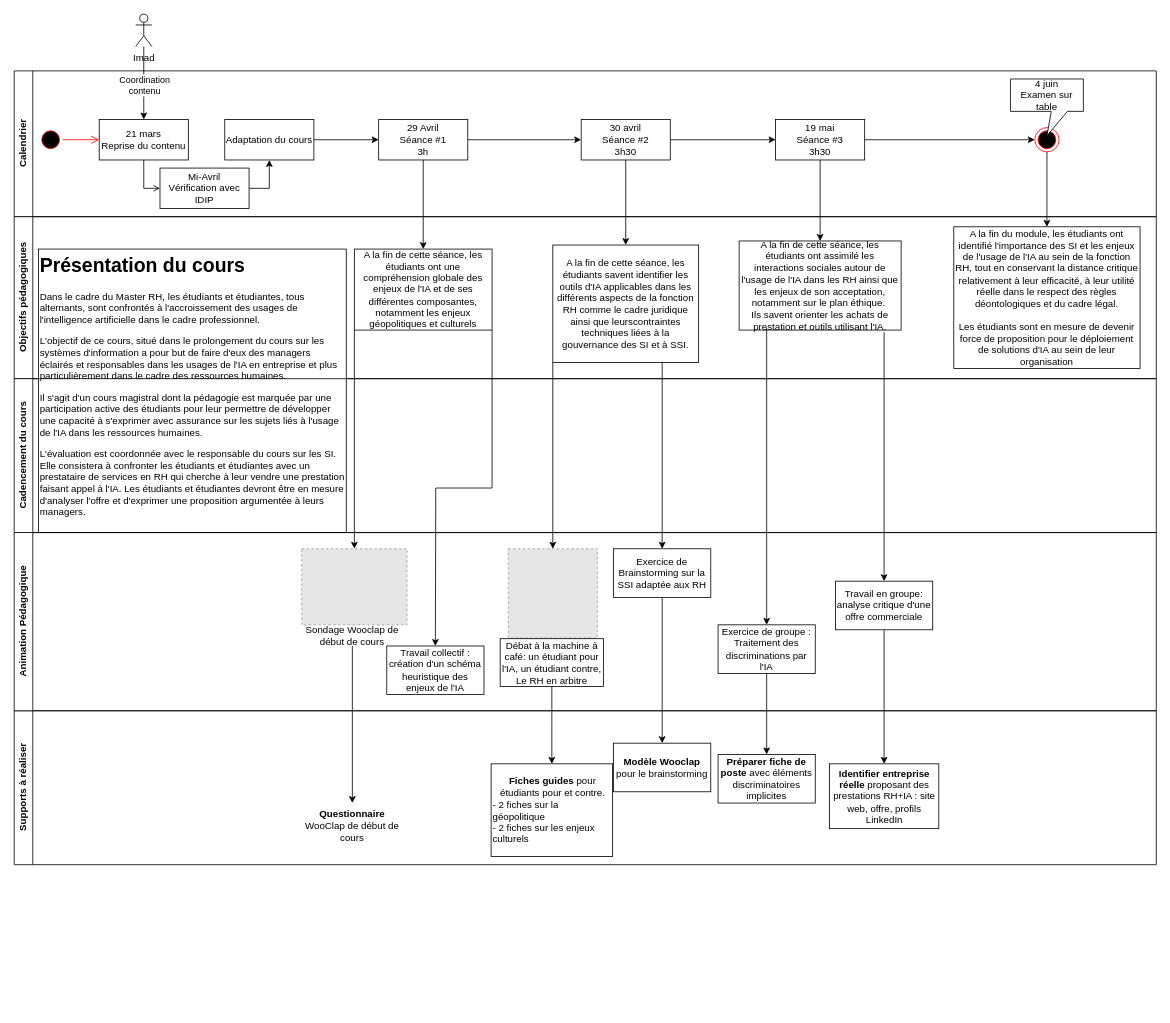
Earlier version of the draw.io diagram page "Page-1" (1 of 3) of Cours IA et RH.drawio (Fabrice-64/Drawings). Source tidied: cells renumbered, new cells numbered last; positions are measured from the earlier drawing's top-left corner, leaving out a move shared by most shapes. Both pictures are drawn from the tidied source at 81%, with x=0, y=0 at pixel (14, 14). Pictures stored in the file or linked from it are replaced by grey dashed boxes.
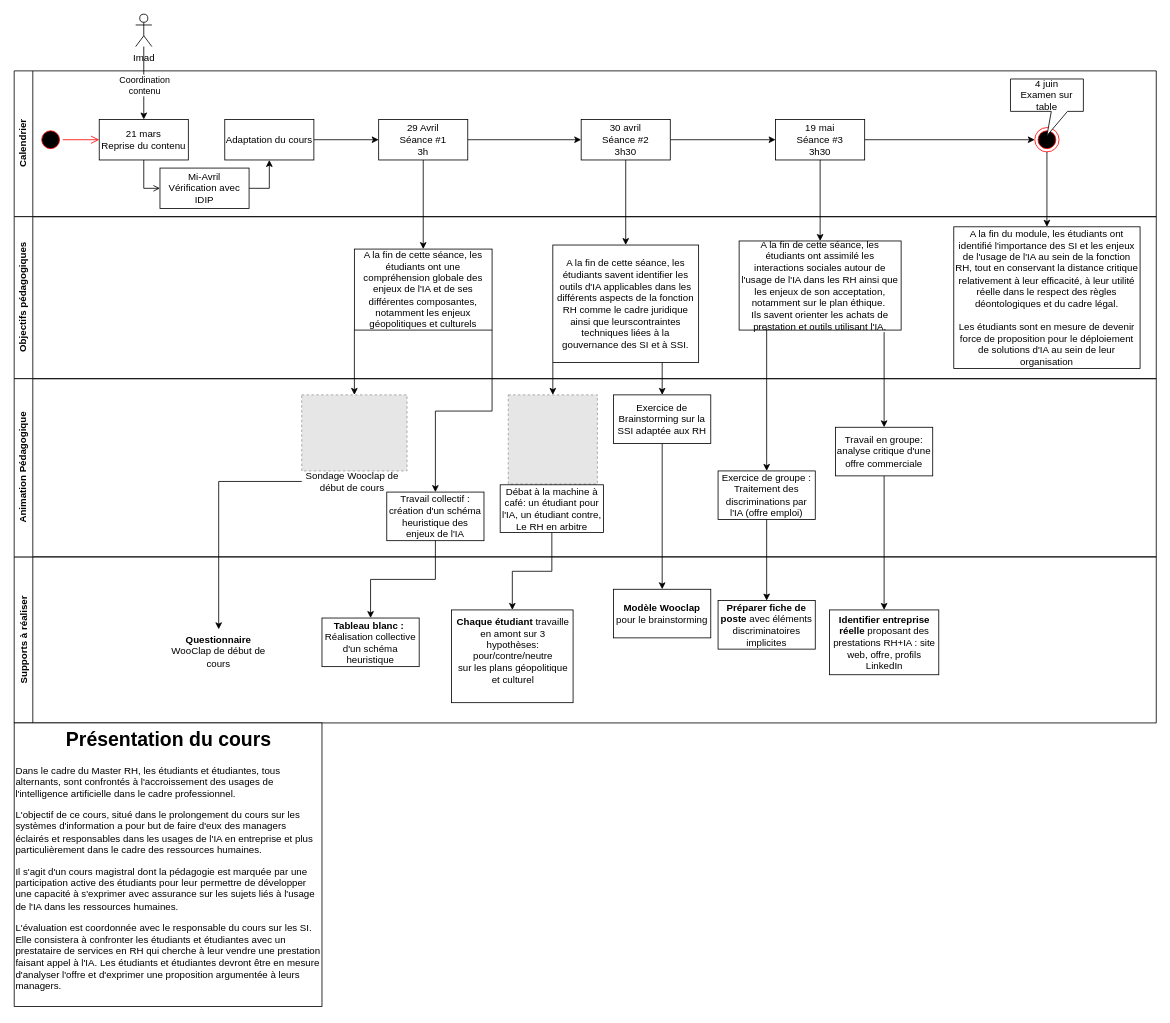
The same diagram, later.

The change refers to these unchanged cells:
```xml
<mxCell id="26" value="Objectifs pédagogiques" style="swimlane;horizontal=0;whiteSpace=wrap;html=1;perimeterSpacing=1;" parent="1" vertex="1">
  <mxGeometry y="250" width="1410" height="200" as="geometry" />
</mxCell>
<mxCell id="28" value="A la fin de cette séance, les étudiants ont une compréhension globale des enjeux de l'IA et de ses différentes composantes, notamment les enjeux géopolitiques et culturels" style="html=1;whiteSpace=wrap;movableLabel=0;" parent="26" vertex="1">
  <mxGeometry x="420" y="40" width="170" height="100" as="geometry" />
</mxCell>
<mxCell id="52" value="Travail collectif : création d'un schéma heuristique des enjeux de l'IA" style="rounded=0;whiteSpace=wrap;html=1;" parent="44" vertex="1">
  <mxGeometry x="460" y="140" width="120" height="60" as="geometry" />
</mxCell>
```

Change to the diagram source:
```diff
@@
-    <mxCell id="27" style="edgeStyle=orthogonalEdgeStyle;rounded=0;jettySize=auto;html=1;exitX=1;exitY=1;exitDx=0;exitDy=0;" parent="26" edge="1" source="28">
-      <mxGeometry relative="1" as="geometry">
-        <mxPoint x="520" y="530" as="targetPoint" />
-      </mxGeometry>
-    </mxCell>
@@
-    <mxCell id="32" value="&lt;h1 style=&quot;margin-top: 0px;&quot;&gt;Présentation du cours&lt;/h1&gt;&lt;p&gt;Dans le cadre du Master RH, les étudiants et étudiantes, tous alternants, sont confrontés à l'accroissement des usages de l'intelligence artificielle dans le cadre professionnel.&lt;/p&gt;&lt;p&gt;L'objectif de ce cours, situé dans le prolongement du cours sur les systèmes d'information a pour but de faire d'eux des managers éclairés et responsables dans les usages de l'IA en entreprise et plus particulièrement dans le cadre des ressources humaines.&lt;/p&gt;&lt;p&gt;Il s'agit d'un cours magistral dont la pédagogie est marquée par une participation active des étudiants pour leur permettre de développer une capacité à s'exprimer avec assurance sur les sujets liés à l'usage de l'IA dans les ressources humaines.&lt;/p&gt;&lt;p&gt;L'évaluation est coordonnée avec le responsable du cours sur les SI. Elle consistera à confronter les étudiants et étudiantes avec un prestataire de services en RH qui cherche à leur vendre une prestation faisant appel à l'IA.&amp;nbsp;Les étudiants et étudiantes devront être en mesure d'analyser l'offre et d'exprimer une proposition argumentée à leurs managers.&lt;/p&gt;&lt;p&gt;&lt;br&gt;&lt;/p&gt;&lt;p&gt;&lt;br&gt;&lt;/p&gt;" style="text;html=1;whiteSpace=wrap;overflow=hidden;rounded=0;fillColor=#FFFFFF;strokeColor=default;glass=0;" parent="26" vertex="1">
-      <mxGeometry x="30" y="40" width="380" height="350" as="geometry" />
-    </mxCell>
     <mxCell id="33" value="Supports à réaliser" style="swimlane;horizontal=0;whiteSpace=wrap;html=1;perimeterSpacing=1;" parent="1" vertex="1">
-      <mxGeometry y="860" width="1410" height="190" as="geometry" />
+      <mxGeometry y="670" width="1410" height="205" as="geometry" />
     </mxCell>
     <mxCell id="34" value="&lt;b&gt;Questionnaire&lt;/b&gt; WooClap de début de cours" style="text;html=1;align=center;verticalAlign=middle;whiteSpace=wrap;rounded=0;" parent="33" vertex="1">
-      <mxGeometry x="355" y="113.9" width="125" height="56.1" as="geometry" />
+      <mxGeometry x="190" y="89.4" width="125" height="56.1" as="geometry" />
     </mxCell>
-    <mxCell id="35" value="&lt;div style=&quot;text-align: center;&quot;&gt;&lt;span style=&quot;background-color: transparent; color: light-dark(rgb(0, 0, 0), rgb(255, 255, 255));&quot;&gt;&lt;b&gt;Fiches guides&lt;/b&gt; pour étudiants pour et contre.&lt;/span&gt;&lt;/div&gt;&lt;div style=&quot;&quot;&gt;&lt;span style=&quot;background-color: transparent; color: light-dark(rgb(0, 0, 0), rgb(255, 255, 255));&quot;&gt;- 2 fiches sur la géopolitique&lt;/span&gt;&lt;/div&gt;&lt;div&gt;- 2 fiches sur les enjeux culturels&lt;/div&gt;" style="text;html=1;align=left;verticalAlign=middle;whiteSpace=wrap;rounded=0;strokeColor=default;" parent="33" vertex="1">
-      <mxGeometry x="588.8" y="65.5" width="150" height="114.5" as="geometry" />
+    <mxCell id="35" value="&lt;div style=&quot;text-align: center;&quot;&gt;&lt;b&gt;Chaque étudiant&lt;/b&gt;&amp;nbsp;travaille en amont sur 3 hypothèses: pour/contre/neutre&lt;/div&gt;&lt;div style=&quot;text-align: center;&quot;&gt;sur les plans géopolitique et culturel&lt;br&gt;&lt;br&gt;&lt;/div&gt;" style="text;html=1;align=left;verticalAlign=middle;whiteSpace=wrap;rounded=0;strokeColor=default;" parent="33" vertex="1">
+      <mxGeometry x="540" y="65.5" width="150" height="114.5" as="geometry" />
     </mxCell>
@@
+    <mxCell id="59" value="&lt;b&gt;Tableau blanc :&lt;/b&gt;&amp;nbsp;&lt;br&gt;Réalisation collective d'un schéma heuristique" style="rounded=0;whiteSpace=wrap;html=1;" parent="33" vertex="1">
+      <mxGeometry x="380" y="75.5" width="120" height="60" as="geometry" />
+    </mxCell>
@@
-    <mxCell id="40" value="Cadencement du cours" style="swimlane;horizontal=0;whiteSpace=wrap;html=1;perimeterSpacing=1;" parent="1" vertex="1">
-      <mxGeometry y="450" width="1410" height="190" as="geometry" />
-    </mxCell>
@@
     <mxCell id="44" value="Animation Pédagogique" style="swimlane;horizontal=0;whiteSpace=wrap;html=1;perimeterSpacing=1;" parent="1" vertex="1">
-      <mxGeometry y="640" width="1410" height="220" as="geometry" />
+      <mxGeometry y="450" width="1410" height="220" as="geometry" />
     </mxCell>
@@
-    <mxCell id="51" value="Exercice de groupe : Traitement des discriminations par l'IA" style="whiteSpace=wrap;html=1;" parent="44" vertex="1">
+    <mxCell id="51" value="Exercice de groupe : Traitement des discriminations par l'IA (offre emploi)" style="whiteSpace=wrap;html=1;" parent="44" vertex="1">
       <mxGeometry x="869" y="113.9" width="120" height="60" as="geometry" />
     </mxCell>
@@
+    <mxCell id="32" value="&lt;h1 style=&quot;text-align: center; margin-top: 0px;&quot;&gt;Présentation du cours&lt;/h1&gt;&lt;p&gt;Dans le cadre du Master RH, les étudiants et étudiantes, tous alternants, sont confrontés à l'accroissement des usages de l'intelligence artificielle dans le cadre professionnel.&lt;/p&gt;&lt;p&gt;L'objectif de ce cours, situé dans le prolongement du cours sur les systèmes d'information a pour but de faire d'eux des managers éclairés et responsables dans les usages de l'IA en entreprise et plus particulièrement dans le cadre des ressources humaines.&lt;/p&gt;&lt;p&gt;Il s'agit d'un cours magistral dont la pédagogie est marquée par une participation active des étudiants pour leur permettre de développer une capacité à s'exprimer avec assurance sur les sujets liés à l'usage de l'IA dans les ressources humaines.&lt;/p&gt;&lt;p&gt;L'évaluation est coordonnée avec le responsable du cours sur les SI. Elle consistera à confronter les étudiants et étudiantes avec un prestataire de services en RH qui cherche à leur vendre une prestation faisant appel à l'IA.&amp;nbsp;Les étudiants et étudiantes devront être en mesure d'analyser l'offre et d'exprimer une proposition argumentée à leurs managers.&lt;/p&gt;&lt;p&gt;&lt;br&gt;&lt;/p&gt;&lt;p&gt;&lt;br&gt;&lt;/p&gt;" style="text;html=1;whiteSpace=wrap;overflow=hidden;rounded=0;fillColor=#FFFFFF;strokeColor=default;glass=0;" parent="1" vertex="1">
+      <mxGeometry y="875" width="380" height="350" as="geometry" />
+    </mxCell>
+    <mxCell id="27" style="edgeStyle=orthogonalEdgeStyle;rounded=0;jettySize=auto;html=1;exitX=1;exitY=1;exitDx=0;exitDy=0;" parent="1" edge="1" source="28" target="52">
+      <mxGeometry relative="1" as="geometry" />
+    </mxCell>
+    <mxCell id="60" style="edgeStyle=orthogonalEdgeStyle;rounded=0;jettySize=auto;html=1;" parent="1" edge="1" source="52" target="59">
+      <mxGeometry relative="1" as="geometry" />
+    </mxCell>
```
